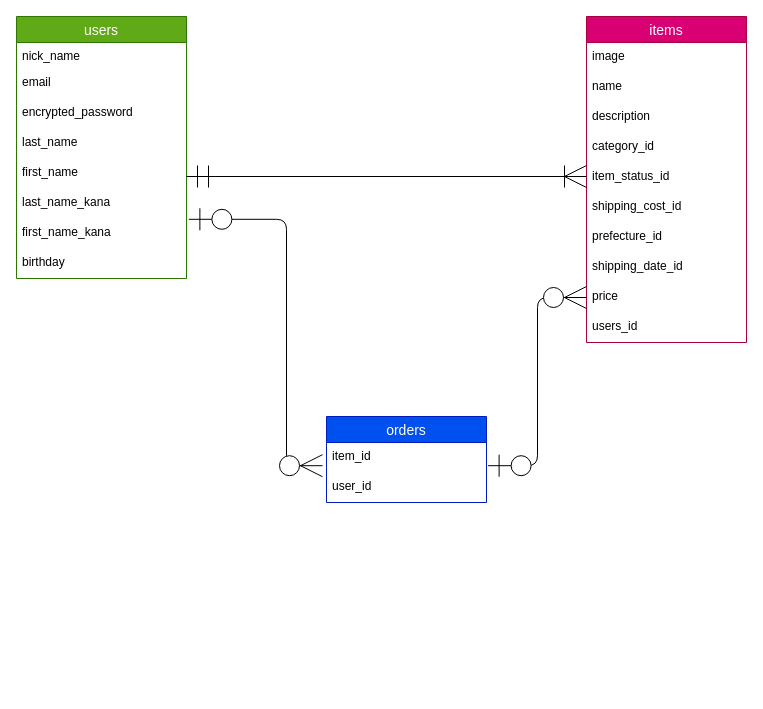
okamoto1207/furima-36672 keeps this draw.io diagram as furima.dio. Above is the earlier version. Source tidied: cells renumbered, new cells numbered last; positions are measured from the earlier drawing's top-left corner, leaving out a move shared by most shapes. Both pictures are drawn from the tidied source at 100%, with x=0, y=0 at pixel (16, 16).
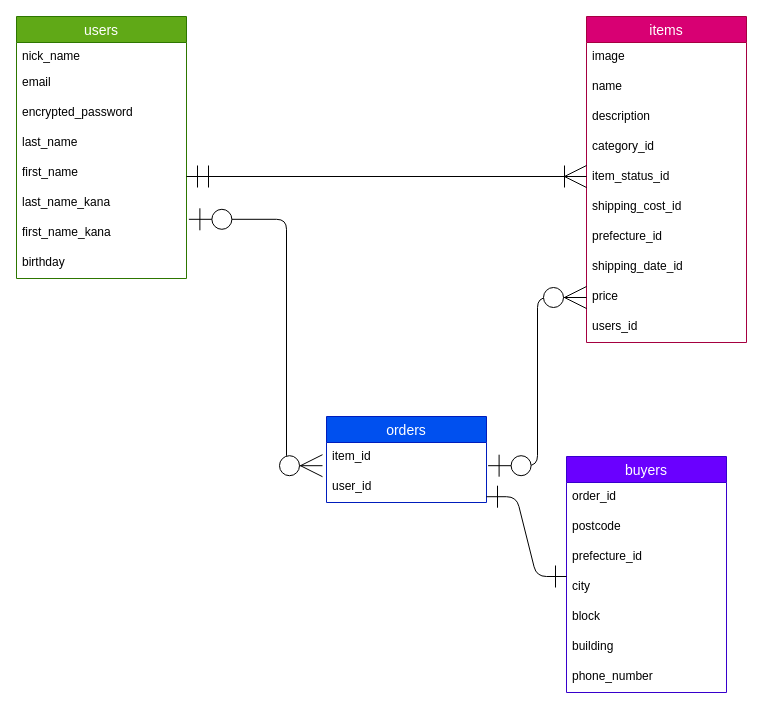
The same diagram, later.

Commit message (it also covers changes not shown here):
購入者情報のテーブルを作成

The change refers to these unchanged cells:
```xml
<mxCell id="24" value="user_id" style="text;strokeColor=none;fillColor=none;spacingLeft=4;spacingRight=4;overflow=hidden;points=[[0,0.5],[1,0.5]];portConstraint=eastwest;fontSize=12;" parent="22" vertex="1">
  <mxGeometry y="56" width="160" height="30" as="geometry" />
</mxCell>
```

Change to the diagram source:
```diff
@@
+    <mxCell id="28" value="buyers" style="swimlane;fontStyle=0;horizontal=1;startSize=26;align=center;fontSize=14;fillColor=#6a00ff;strokeColor=#3700CC;fontColor=#ffffff;" parent="1" vertex="1">
+      <mxGeometry x="550" y="440" width="160" height="236" as="geometry" />
+    </mxCell>
+    <mxCell id="29" value="order_id" style="text;strokeColor=none;fillColor=none;spacingLeft=4;spacingRight=4;overflow=hidden;fontSize=12;" parent="28" vertex="1">
+      <mxGeometry y="26" width="160" height="30" as="geometry" />
+    </mxCell>
+    <mxCell id="30" value="postcode" style="text;strokeColor=none;fillColor=none;spacingLeft=4;spacingRight=4;overflow=hidden;fontSize=12;" parent="28" vertex="1">
+      <mxGeometry y="56" width="160" height="30" as="geometry" />
+    </mxCell>
+    <mxCell id="31" value="prefecture_id" style="text;strokeColor=none;fillColor=none;spacingLeft=4;spacingRight=4;overflow=hidden;fontSize=12;" parent="28" vertex="1">
+      <mxGeometry y="86" width="160" height="30" as="geometry" />
+    </mxCell>
+    <mxCell id="32" value="city" style="text;strokeColor=none;fillColor=none;spacingLeft=4;spacingRight=4;overflow=hidden;fontSize=12;" parent="28" vertex="1">
+      <mxGeometry y="116" width="160" height="30" as="geometry" />
+    </mxCell>
+    <mxCell id="33" value="block" style="text;strokeColor=none;fillColor=none;spacingLeft=4;spacingRight=4;overflow=hidden;fontSize=12;" parent="28" vertex="1">
+      <mxGeometry y="146" width="160" height="30" as="geometry" />
+    </mxCell>
+    <mxCell id="34" value="building" style="text;strokeColor=none;fillColor=none;spacingLeft=4;spacingRight=4;overflow=hidden;fontSize=12;" parent="28" vertex="1">
+      <mxGeometry y="176" width="160" height="30" as="geometry" />
+    </mxCell>
+    <mxCell id="35" value="phone_number" style="text;strokeColor=none;fillColor=none;spacingLeft=4;spacingRight=4;overflow=hidden;fontSize=12;" parent="28" vertex="1">
+      <mxGeometry y="206" width="160" height="30" as="geometry" />
+    </mxCell>
+    <mxCell id="36" style="edgeStyle=entityRelationEdgeStyle;fontSize=12;html=1;endArrow=ERone;endFill=1;startSize=20;endSize=20;strokeWidth=1;exitX=1;exitY=0.807;exitDx=0;exitDy=0;exitPerimeter=0;startArrow=ERone;startFill=0;" parent="1" edge="1" source="24">
+      <mxGeometry relative="1" as="geometry">
+        <mxPoint x="550" y="560" as="targetPoint" />
+      </mxGeometry>
+    </mxCell>
```
